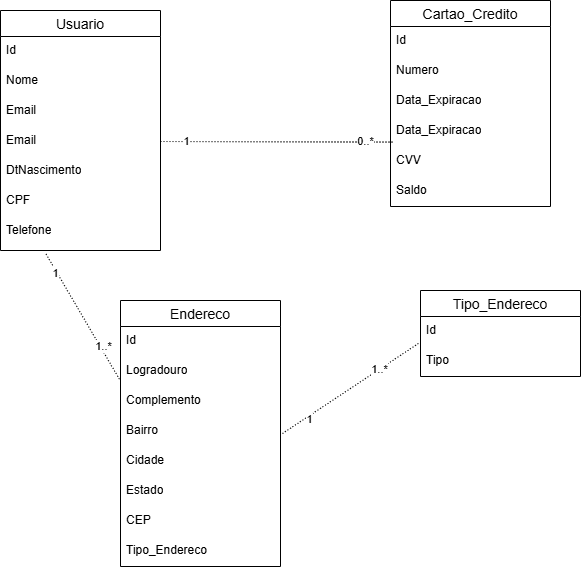
Gabrielmendes12/bigdata_cloudcomputing keeps this draw.io diagram as Diagrama_Ecommerce.drawio.png. Above is the earlier version. Source tidied: cells renumbered, new cells last; positions are measured from the earlier drawing's top-left corner, leaving out a move shared by most shapes. The source it was exported from:
```xml
<mxGraphModel>
  <root>
    <mxCell id="0" />
    <mxCell id="1" parent="0" />
    <mxCell id="2" value="Usuario" style="swimlane;fontStyle=0;horizontal=1;startSize=26;align=center;fontSize=14;" parent="1" vertex="1">
      <mxGeometry y="10" width="160" height="240" as="geometry" />
    </mxCell>
    <mxCell id="3" value="Id" style="text;strokeColor=none;fillColor=none;spacingLeft=4;spacingRight=4;overflow=hidden;fontSize=12;whiteSpace=wrap;html=1;" parent="2" vertex="1">
      <mxGeometry y="26" width="160" height="30" as="geometry" />
    </mxCell>
    <mxCell id="4" value="Nome" style="text;strokeColor=none;fillColor=none;spacingLeft=4;spacingRight=4;overflow=hidden;fontSize=12;whiteSpace=wrap;html=1;" parent="2" vertex="1">
      <mxGeometry y="56" width="160" height="30" as="geometry" />
    </mxCell>
    <mxCell id="5" value="Email" style="text;strokeColor=none;fillColor=none;spacingLeft=4;spacingRight=4;overflow=hidden;fontSize=12;whiteSpace=wrap;html=1;" parent="2" vertex="1">
      <mxGeometry y="86" width="160" height="30" as="geometry" />
    </mxCell>
    <mxCell id="6" value="Email" style="text;strokeColor=none;fillColor=none;spacingLeft=4;spacingRight=4;overflow=hidden;points=[[0,0.5],[1,0.5]];portConstraint=eastwest;fontSize=12;whiteSpace=wrap;html=1;" parent="2" vertex="1">
      <mxGeometry y="116" width="160" height="30" as="geometry" />
    </mxCell>
    <mxCell id="7" value="DtNascimento" style="text;strokeColor=none;fillColor=none;spacingLeft=4;spacingRight=4;overflow=hidden;fontSize=12;whiteSpace=wrap;html=1;" parent="2" vertex="1">
      <mxGeometry y="146" width="160" height="30" as="geometry" />
    </mxCell>
    <mxCell id="8" value="CPF&lt;div&gt;&lt;br&gt;&lt;/div&gt;" style="text;strokeColor=none;fillColor=none;spacingLeft=4;spacingRight=4;overflow=hidden;fontSize=12;whiteSpace=wrap;html=1;" parent="2" vertex="1">
      <mxGeometry y="176" width="160" height="30" as="geometry" />
    </mxCell>
    <mxCell id="9" value="Telefone" style="text;strokeColor=none;fillColor=none;spacingLeft=4;spacingRight=4;overflow=hidden;points=[[0,0.5],[1,0.5]];portConstraint=eastwest;fontSize=12;whiteSpace=wrap;html=1;" parent="2" vertex="1">
      <mxGeometry y="206" width="160" height="34" as="geometry" />
    </mxCell>
    <mxCell id="10" value="Cartao_Credito" style="swimlane;fontStyle=0;horizontal=1;startSize=26;align=center;fontSize=14;" parent="1" vertex="1">
      <mxGeometry x="390" width="160" height="206" as="geometry" />
    </mxCell>
    <mxCell id="11" value="Id" style="text;strokeColor=none;fillColor=none;spacingLeft=4;spacingRight=4;overflow=hidden;fontSize=12;whiteSpace=wrap;html=1;" parent="10" vertex="1">
      <mxGeometry y="26" width="160" height="30" as="geometry" />
    </mxCell>
    <mxCell id="12" value="Numero" style="text;strokeColor=none;fillColor=none;spacingLeft=4;spacingRight=4;overflow=hidden;fontSize=12;whiteSpace=wrap;html=1;" parent="10" vertex="1">
      <mxGeometry y="56" width="160" height="30" as="geometry" />
    </mxCell>
    <mxCell id="13" value="Data_Expiracao" style="text;strokeColor=none;fillColor=none;spacingLeft=4;spacingRight=4;overflow=hidden;fontSize=12;whiteSpace=wrap;html=1;" parent="10" vertex="1">
      <mxGeometry y="86" width="160" height="30" as="geometry" />
    </mxCell>
    <mxCell id="14" value="Data_Expiracao" style="text;strokeColor=none;fillColor=none;spacingLeft=4;spacingRight=4;overflow=hidden;points=[[0,0.5],[1,0.5]];portConstraint=eastwest;fontSize=12;whiteSpace=wrap;html=1;" parent="10" vertex="1">
      <mxGeometry y="116" width="160" height="30" as="geometry" />
    </mxCell>
    <mxCell id="15" value="CVV&lt;div&gt;&lt;br&gt;&lt;/div&gt;" style="text;strokeColor=none;fillColor=none;spacingLeft=4;spacingRight=4;overflow=hidden;fontSize=12;whiteSpace=wrap;html=1;" parent="10" vertex="1">
      <mxGeometry y="146" width="160" height="30" as="geometry" />
    </mxCell>
    <mxCell id="16" value="Saldo" style="text;strokeColor=none;fillColor=none;spacingLeft=4;spacingRight=4;overflow=hidden;fontSize=12;whiteSpace=wrap;html=1;" parent="10" vertex="1">
      <mxGeometry y="176" width="160" height="30" as="geometry" />
    </mxCell>
    <mxCell id="17" value="Endereco" style="swimlane;fontStyle=0;horizontal=1;startSize=26;align=center;fontSize=14;" parent="1" vertex="1">
      <mxGeometry x="120" y="300" width="160" height="266" as="geometry" />
    </mxCell>
    <mxCell id="18" value="Id" style="text;strokeColor=none;fillColor=none;spacingLeft=4;spacingRight=4;overflow=hidden;fontSize=12;whiteSpace=wrap;html=1;" parent="17" vertex="1">
      <mxGeometry y="26" width="160" height="30" as="geometry" />
    </mxCell>
    <mxCell id="19" value="Logradouro" style="text;strokeColor=none;fillColor=none;spacingLeft=4;spacingRight=4;overflow=hidden;points=[[0,0.5],[1,0.5]];portConstraint=eastwest;fontSize=12;whiteSpace=wrap;html=1;" parent="17" vertex="1">
      <mxGeometry y="56" width="160" height="30" as="geometry" />
    </mxCell>
    <mxCell id="20" value="Complemento" style="text;strokeColor=none;fillColor=none;spacingLeft=4;spacingRight=4;overflow=hidden;fontSize=12;whiteSpace=wrap;html=1;" parent="17" vertex="1">
      <mxGeometry y="86" width="160" height="30" as="geometry" />
    </mxCell>
    <mxCell id="21" value="Bairro&lt;div&gt;&lt;br&gt;&lt;/div&gt;" style="text;strokeColor=none;fillColor=none;spacingLeft=4;spacingRight=4;overflow=hidden;fontSize=12;whiteSpace=wrap;html=1;" parent="17" vertex="1">
      <mxGeometry y="116" width="160" height="30" as="geometry" />
    </mxCell>
    <mxCell id="22" value="Cidade" style="text;strokeColor=none;fillColor=none;spacingLeft=4;spacingRight=4;overflow=hidden;fontSize=12;whiteSpace=wrap;html=1;" parent="17" vertex="1">
      <mxGeometry y="146" width="160" height="30" as="geometry" />
    </mxCell>
    <mxCell id="23" value="Estado" style="text;strokeColor=none;fillColor=none;spacingLeft=4;spacingRight=4;overflow=hidden;fontSize=12;whiteSpace=wrap;html=1;" parent="17" vertex="1">
      <mxGeometry y="176" width="160" height="30" as="geometry" />
    </mxCell>
    <mxCell id="24" value="CEP&lt;div&gt;&lt;br&gt;&lt;/div&gt;" style="text;strokeColor=none;fillColor=none;spacingLeft=4;spacingRight=4;overflow=hidden;fontSize=12;whiteSpace=wrap;html=1;" parent="17" vertex="1">
      <mxGeometry y="206" width="160" height="30" as="geometry" />
    </mxCell>
    <mxCell id="25" value="Tipo_Endereco" style="text;strokeColor=none;fillColor=none;spacingLeft=4;spacingRight=4;overflow=hidden;fontSize=12;whiteSpace=wrap;html=1;" parent="17" vertex="1">
      <mxGeometry y="236" width="160" height="30" as="geometry" />
    </mxCell>
    <mxCell id="26" value="Tipo_Endereco" style="swimlane;fontStyle=0;horizontal=1;startSize=26;align=center;fontSize=14;" parent="1" vertex="1">
      <mxGeometry x="420" y="290" width="160" height="86" as="geometry" />
    </mxCell>
    <mxCell id="27" value="Id" style="text;strokeColor=none;fillColor=none;spacingLeft=4;spacingRight=4;overflow=hidden;fontSize=12;whiteSpace=wrap;html=1;" parent="26" vertex="1">
      <mxGeometry y="26" width="160" height="30" as="geometry" />
    </mxCell>
    <mxCell id="28" value="Tipo" style="text;strokeColor=none;fillColor=none;spacingLeft=4;spacingRight=4;overflow=hidden;fontSize=12;whiteSpace=wrap;html=1;" parent="26" vertex="1">
      <mxGeometry y="56" width="160" height="30" as="geometry" />
    </mxCell>
    <mxCell id="29" style="endArrow=none;html=1;rounded=0;dashed=1;dashPattern=1 2;elbow=vertical;exitX=1;exitY=0.5;exitDx=0;exitDy=0;entryX=0.013;entryY=0.853;entryDx=0;entryDy=0;entryPerimeter=0;" parent="1" edge="1" source="6" target="14">
      <mxGeometry relative="1" as="geometry" />
    </mxCell>
    <mxCell id="30" style="html=1;whiteSpace=wrap;align=left;verticalAlign=bottom;" parent="29" vertex="1">
      <mxGeometry x="-1" relative="1" as="geometry" />
    </mxCell>
    <mxCell id="31" value="&amp;nbsp;&amp;nbsp;" style="html=1;whiteSpace=wrap;align=right;verticalAlign=bottom;" parent="29" vertex="1">
      <mxGeometry x="1" relative="1" as="geometry" />
    </mxCell>
    <mxCell id="32" value="0..*" style="edgeLabel;html=1;align=center;verticalAlign=middle;" parent="29" vertex="1">
      <mxGeometry x="0.66" y="3" relative="1" as="geometry">
        <mxPoint x="11" y="2" as="offset" />
      </mxGeometry>
    </mxCell>
    <mxCell id="33" value="1" style="edgeLabel;html=1;align=center;verticalAlign=middle;" parent="29" vertex="1">
      <mxGeometry x="-0.79" y="1" relative="1" as="geometry" />
    </mxCell>
    <mxCell id="34" style="endArrow=none;html=1;rounded=0;dashed=1;dashPattern=1 2;elbow=vertical;entryX=-0.005;entryY=0.773;entryDx=0;entryDy=0;entryPerimeter=0;exitX=0.285;exitY=1.106;exitDx=0;exitDy=0;exitPerimeter=0;" parent="1" edge="1" source="9" target="19">
      <mxGeometry relative="1" as="geometry" />
    </mxCell>
    <mxCell id="35" style="html=1;whiteSpace=wrap;align=right;verticalAlign=bottom;" parent="34" vertex="1">
      <mxGeometry x="1" relative="1" as="geometry" />
    </mxCell>
    <mxCell id="36" value="1" style="edgeLabel;html=1;align=center;verticalAlign=middle;" parent="34" vertex="1">
      <mxGeometry x="-0.71" y="-2" relative="1" as="geometry" />
    </mxCell>
    <mxCell id="37" value="1..*" style="edgeLabel;html=1;align=center;verticalAlign=middle;" parent="34" vertex="1">
      <mxGeometry x="0.48" y="3" relative="1" as="geometry" />
    </mxCell>
    <mxCell id="38" style="endArrow=none;html=1;rounded=0;dashed=1;dashPattern=1 2;elbow=vertical;entryX=-0.015;entryY=0.853;entryDx=0;entryDy=0;entryPerimeter=0;" parent="1" edge="1">
      <mxGeometry relative="1" as="geometry">
        <mxPoint x="282" y="433" as="sourcePoint" />
        <mxPoint x="420" y="341.6" as="targetPoint" />
      </mxGeometry>
    </mxCell>
    <mxCell id="39" style="html=1;whiteSpace=wrap;align=left;verticalAlign=bottom;" parent="38" vertex="1">
      <mxGeometry x="-1" relative="1" as="geometry" />
    </mxCell>
    <mxCell id="40" style="html=1;whiteSpace=wrap;align=right;verticalAlign=bottom;" parent="38" vertex="1">
      <mxGeometry x="1" relative="1" as="geometry">
        <mxPoint x="-8" y="18" as="offset" />
      </mxGeometry>
    </mxCell>
    <mxCell id="41" value="1" style="edgeLabel;html=1;align=center;verticalAlign=middle;" parent="38" vertex="1">
      <mxGeometry x="-0.64" y="-2" relative="1" as="geometry" />
    </mxCell>
    <mxCell id="42" value="1..*" style="edgeLabel;html=1;align=center;verticalAlign=middle;" parent="38" vertex="1">
      <mxGeometry x="0.4" relative="1" as="geometry" />
    </mxCell>
  </root>
</mxGraphModel>
```
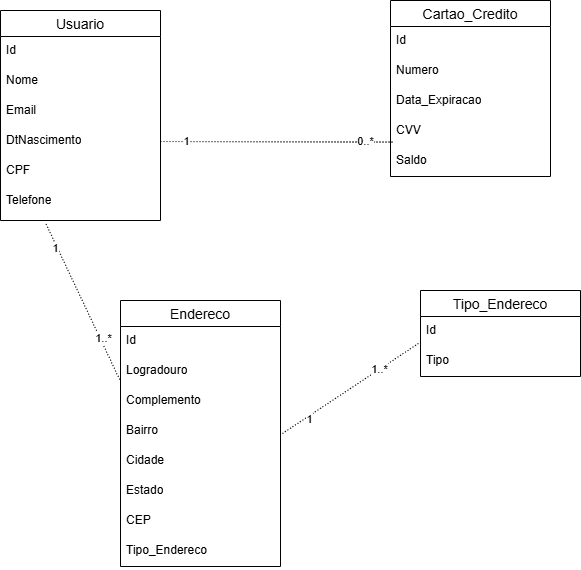
The same file after the commit.

Diff of the diagram source:
```diff
@@ -3,7 +3,7 @@
     <mxCell id="0" />
     <mxCell id="1" parent="0" />
     <mxCell id="2" value="Usuario" style="swimlane;fontStyle=0;horizontal=1;startSize=26;align=center;fontSize=14;" parent="1" vertex="1">
-      <mxGeometry y="10" width="160" height="240" as="geometry" />
+      <mxGeometry y="10" width="160" height="210" as="geometry" />
     </mxCell>
     <mxCell id="3" value="Id" style="text;strokeColor=none;fillColor=none;spacingLeft=4;spacingRight=4;overflow=hidden;fontSize=12;whiteSpace=wrap;html=1;" parent="2" vertex="1">
       <mxGeometry y="26" width="160" height="30" as="geometry" />
@@ -14,20 +14,17 @@
     <mxCell id="5" value="Email" style="text;strokeColor=none;fillColor=none;spacingLeft=4;spacingRight=4;overflow=hidden;fontSize=12;whiteSpace=wrap;html=1;" parent="2" vertex="1">
       <mxGeometry y="86" width="160" height="30" as="geometry" />
     </mxCell>
-    <mxCell id="6" value="Email" style="text;strokeColor=none;fillColor=none;spacingLeft=4;spacingRight=4;overflow=hidden;points=[[0,0.5],[1,0.5]];portConstraint=eastwest;fontSize=12;whiteSpace=wrap;html=1;" parent="2" vertex="1">
-      <mxGeometry y="116" width="160" height="30" as="geometry" />
-    </mxCell>
     <mxCell id="7" value="DtNascimento" style="text;strokeColor=none;fillColor=none;spacingLeft=4;spacingRight=4;overflow=hidden;fontSize=12;whiteSpace=wrap;html=1;" parent="2" vertex="1">
-      <mxGeometry y="146" width="160" height="30" as="geometry" />
+      <mxGeometry y="116" width="160" height="30" as="geometry" />
     </mxCell>
     <mxCell id="8" value="CPF&lt;div&gt;&lt;br&gt;&lt;/div&gt;" style="text;strokeColor=none;fillColor=none;spacingLeft=4;spacingRight=4;overflow=hidden;fontSize=12;whiteSpace=wrap;html=1;" parent="2" vertex="1">
-      <mxGeometry y="176" width="160" height="30" as="geometry" />
+      <mxGeometry y="146" width="160" height="30" as="geometry" />
     </mxCell>
     <mxCell id="9" value="Telefone" style="text;strokeColor=none;fillColor=none;spacingLeft=4;spacingRight=4;overflow=hidden;points=[[0,0.5],[1,0.5]];portConstraint=eastwest;fontSize=12;whiteSpace=wrap;html=1;" parent="2" vertex="1">
-      <mxGeometry y="206" width="160" height="34" as="geometry" />
+      <mxGeometry y="176" width="160" height="34" as="geometry" />
     </mxCell>
     <mxCell id="10" value="Cartao_Credito" style="swimlane;fontStyle=0;horizontal=1;startSize=26;align=center;fontSize=14;" parent="1" vertex="1">
-      <mxGeometry x="390" width="160" height="206" as="geometry" />
+      <mxGeometry x="390" width="160" height="176" as="geometry" />
     </mxCell>
     <mxCell id="11" value="Id" style="text;strokeColor=none;fillColor=none;spacingLeft=4;spacingRight=4;overflow=hidden;fontSize=12;whiteSpace=wrap;html=1;" parent="10" vertex="1">
       <mxGeometry y="26" width="160" height="30" as="geometry" />
@@ -38,14 +35,11 @@
     <mxCell id="13" value="Data_Expiracao" style="text;strokeColor=none;fillColor=none;spacingLeft=4;spacingRight=4;overflow=hidden;fontSize=12;whiteSpace=wrap;html=1;" parent="10" vertex="1">
       <mxGeometry y="86" width="160" height="30" as="geometry" />
     </mxCell>
-    <mxCell id="14" value="Data_Expiracao" style="text;strokeColor=none;fillColor=none;spacingLeft=4;spacingRight=4;overflow=hidden;points=[[0,0.5],[1,0.5]];portConstraint=eastwest;fontSize=12;whiteSpace=wrap;html=1;" parent="10" vertex="1">
-      <mxGeometry y="116" width="160" height="30" as="geometry" />
-    </mxCell>
     <mxCell id="15" value="CVV&lt;div&gt;&lt;br&gt;&lt;/div&gt;" style="text;strokeColor=none;fillColor=none;spacingLeft=4;spacingRight=4;overflow=hidden;fontSize=12;whiteSpace=wrap;html=1;" parent="10" vertex="1">
-      <mxGeometry y="146" width="160" height="30" as="geometry" />
+      <mxGeometry y="116" width="160" height="30" as="geometry" />
     </mxCell>
     <mxCell id="16" value="Saldo" style="text;strokeColor=none;fillColor=none;spacingLeft=4;spacingRight=4;overflow=hidden;fontSize=12;whiteSpace=wrap;html=1;" parent="10" vertex="1">
-      <mxGeometry y="176" width="160" height="30" as="geometry" />
+      <mxGeometry y="146" width="160" height="30" as="geometry" />
     </mxCell>
     <mxCell id="17" value="Endereco" style="swimlane;fontStyle=0;horizontal=1;startSize=26;align=center;fontSize=14;" parent="1" vertex="1">
       <mxGeometry x="120" y="300" width="160" height="266" as="geometry" />
@@ -83,8 +77,11 @@
     <mxCell id="28" value="Tipo" style="text;strokeColor=none;fillColor=none;spacingLeft=4;spacingRight=4;overflow=hidden;fontSize=12;whiteSpace=wrap;html=1;" parent="26" vertex="1">
       <mxGeometry y="56" width="160" height="30" as="geometry" />
     </mxCell>
-    <mxCell id="29" style="endArrow=none;html=1;rounded=0;dashed=1;dashPattern=1 2;elbow=vertical;exitX=1;exitY=0.5;exitDx=0;exitDy=0;entryX=0.013;entryY=0.853;entryDx=0;entryDy=0;entryPerimeter=0;" parent="1" edge="1" source="6" target="14">
-      <mxGeometry relative="1" as="geometry" />
+    <mxCell id="29" style="endArrow=none;html=1;rounded=0;dashed=1;dashPattern=1 2;elbow=vertical;exitX=1;exitY=0.5;exitDx=0;exitDy=0;entryX=0.013;entryY=0.853;entryDx=0;entryDy=0;entryPerimeter=0;" parent="1" edge="1">
+      <mxGeometry relative="1" as="geometry">
+        <mxPoint x="160" y="141" as="sourcePoint" />
+        <mxPoint x="392.1" y="141.6" as="targetPoint" />
+      </mxGeometry>
     </mxCell>
     <mxCell id="30" style="html=1;whiteSpace=wrap;align=left;verticalAlign=bottom;" parent="29" vertex="1">
       <mxGeometry x="-1" relative="1" as="geometry" />
```
